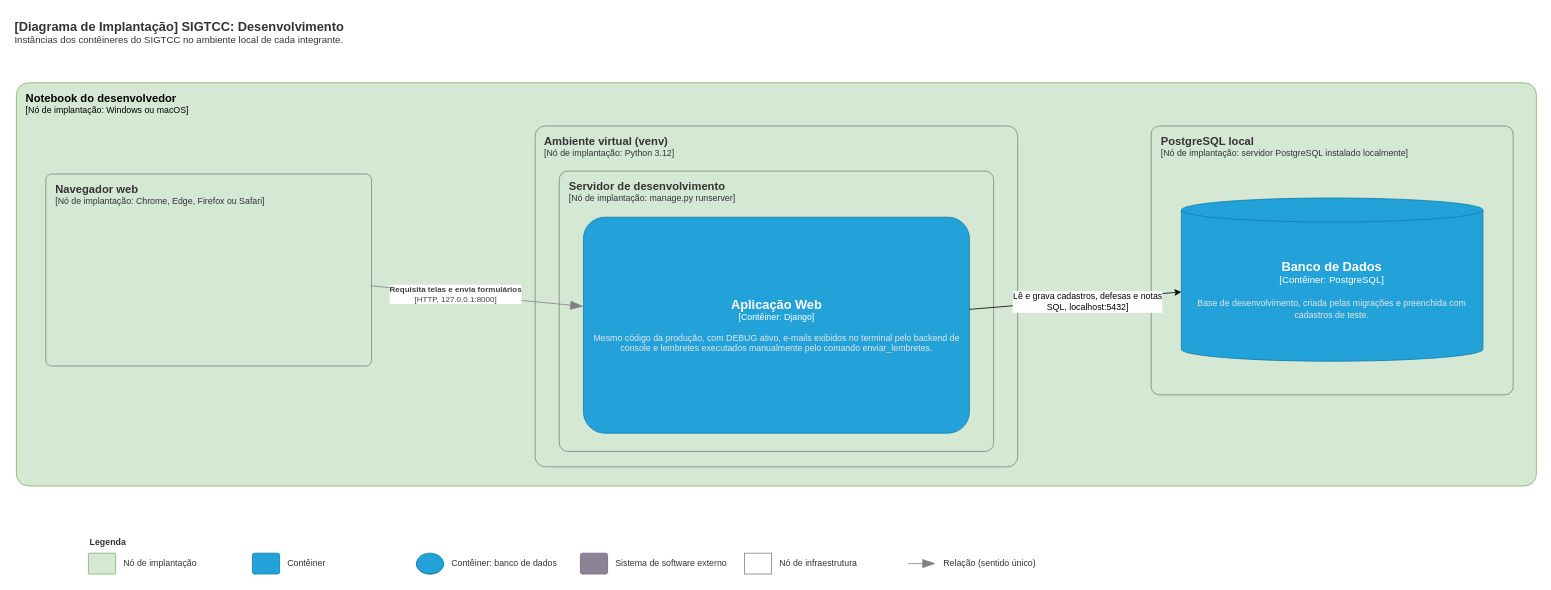
The draw.io diagram page "Desenvolvimento" (2 of 2) of docs/arquitetura/Implantacao_SIGTCC.drawio in celiobenj/SIGTCC, before the edit. Source tidied: cells renumbered, new cells numbered last; positions are measured from the earlier drawing's top-left corner, leaving out a move shared by most shapes. Both pictures are drawn from the tidied source at 80%, with x=0, y=0 at pixel (13, 14).
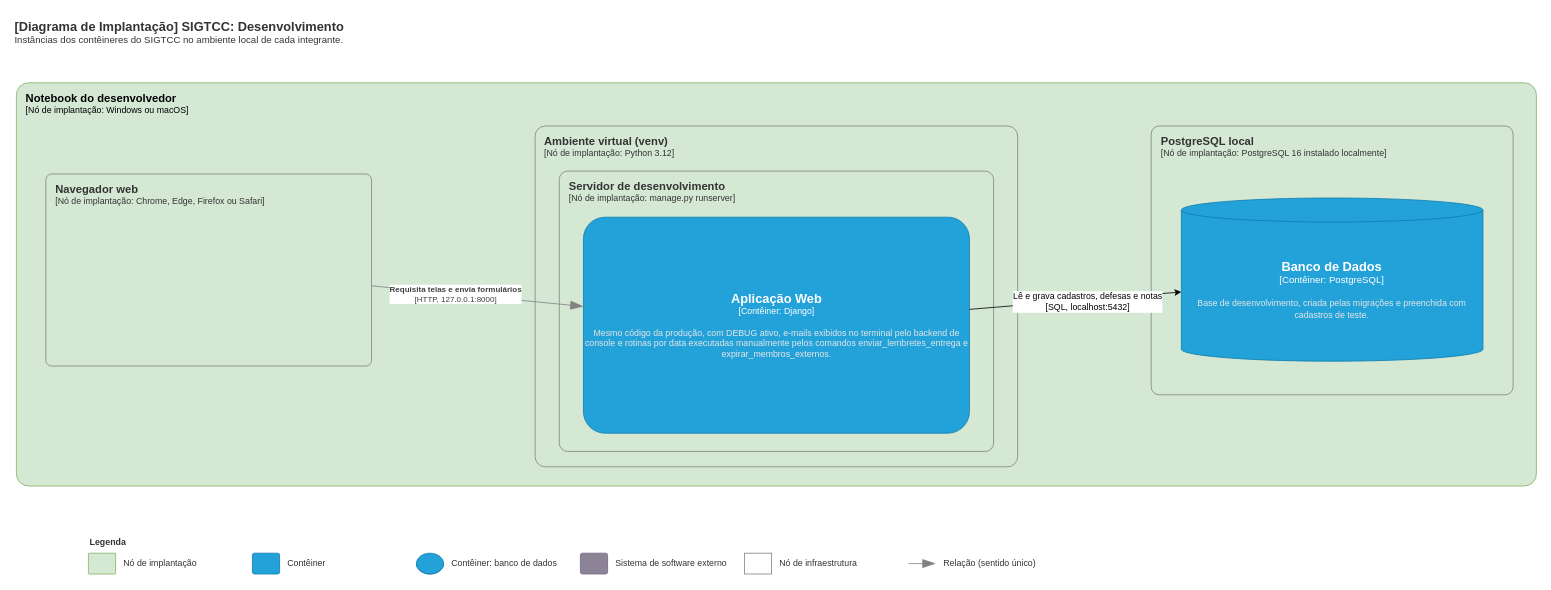
Above is the later version.

The change refers to these unchanged cells:
```xml
<mxCell id="3" value="&lt;font style=&quot;font-size:14px&quot;&gt;&lt;b&gt;Notebook do desenvolvedor&lt;/b&gt;&lt;/font&gt;&lt;div&gt;[Nó de implantação: Windows ou macOS]&lt;/div&gt;" style="rounded=1;arcSize=3;whiteSpace=wrap;html=1;fillColor=#d5e8d4;strokeColor=#82b366;strokeWidth=1;fontSize=11;align=left;verticalAlign=top;spacingLeft=10;spacingTop=4;labelBackgroundColor=none;" parent="1" vertex="1">
  <mxGeometry x="4" y="86" width="1900" height="504" as="geometry" />
</mxCell>
<mxCell id="6" value="&lt;font style=&quot;font-size:14px&quot;&gt;&lt;b&gt;Servidor de desenvolvimento&lt;/b&gt;&lt;/font&gt;&lt;div&gt;[Nó de implantação: manage.py runserver]&lt;/div&gt;" style="rounded=1;arcSize=3;whiteSpace=wrap;html=1;fillColor=none;strokeColor=#828282;strokeWidth=1;fontColor=#333333;fontSize=11;align=left;verticalAlign=top;spacingLeft=10;spacingTop=4;labelBackgroundColor=none;" parent="5" vertex="1">
  <mxGeometry x="30.2" y="56.4" width="542.9" height="350.4" as="geometry" />
</mxCell>
<mxCell id="11" style="rounded=0;jettySize=auto;html=1;" parent="3" edge="1" source="7" target="9">
  <mxGeometry relative="1" as="geometry" />
</mxCell>
```

Diff of the diagram source:
```diff
@@
-    <mxCell id="7" value="&lt;font style=&quot;font-size:16px&quot;&gt;&lt;b&gt;Aplicação Web&lt;/b&gt;&lt;/font&gt;&lt;div&gt;[Contêiner: Django]&lt;/div&gt;&lt;br&gt;&lt;div&gt;&lt;font style=&quot;font-size:11px&quot; color=&quot;#E6E6E6&quot;&gt;Mesmo código da produção, com DEBUG ativo, e-mails exibidos no terminal pelo backend de console e lembretes executados manualmente pelo comando enviar_lembretes.&lt;/font&gt;&lt;/div&gt;" style="rounded=1;whiteSpace=wrap;html=1;fontSize=11;labelBackgroundColor=none;fillColor=#23A2D9;fontColor=#ffffff;align=center;arcSize=10;strokeColor=#0E7DAD;" parent="6" vertex="1">
+    <mxCell id="7" value="&lt;font style=&quot;font-size:16px&quot;&gt;&lt;b&gt;Aplicação Web&lt;/b&gt;&lt;/font&gt;&lt;div&gt;[Contêiner: Django]&lt;/div&gt;&lt;br&gt;&lt;div&gt;&lt;font style=&quot;font-size:11px&quot; color=&quot;#E6E6E6&quot;&gt;Mesmo código da produção, com DEBUG ativo, e-mails exibidos no terminal pelo backend de console e rotinas por data executadas manualmente pelos comandos enviar_lembretes_entrega e expirar_membros_externos.&lt;/font&gt;&lt;/div&gt;" style="rounded=1;whiteSpace=wrap;html=1;fontSize=11;labelBackgroundColor=none;fillColor=#23A2D9;fontColor=#ffffff;align=center;arcSize=10;strokeColor=#0E7DAD;" parent="6" vertex="1">
       <mxGeometry x="30.2" y="57.6" width="482.5" height="270" as="geometry" />
     </mxCell>
-    <mxCell id="8" value="&lt;font style=&quot;font-size:14px&quot;&gt;&lt;b&gt;PostgreSQL local&lt;/b&gt;&lt;/font&gt;&lt;div&gt;[Nó de implantação: servidor PostgreSQL instalado localmente]&lt;/div&gt;" style="rounded=1;arcSize=3;whiteSpace=wrap;html=1;fillColor=none;strokeColor=#828282;strokeWidth=1;fontColor=#333333;fontSize=11;align=left;verticalAlign=top;spacingLeft=10;spacingTop=4;labelBackgroundColor=none;" parent="3" vertex="1">
+    <mxCell id="8" value="&lt;font style=&quot;font-size:14px&quot;&gt;&lt;b&gt;PostgreSQL local&lt;/b&gt;&lt;/font&gt;&lt;div&gt;[Nó de implantação: PostgreSQL 16 instalado localmente]&lt;/div&gt;" style="rounded=1;arcSize=3;whiteSpace=wrap;html=1;fillColor=none;strokeColor=#828282;strokeWidth=1;fontColor=#333333;fontSize=11;align=left;verticalAlign=top;spacingLeft=10;spacingTop=4;labelBackgroundColor=none;" parent="3" vertex="1">
       <mxGeometry x="1418.5" y="54" width="452.4" height="336" as="geometry" />
     </mxCell>
@@
-    <mxCell id="12" value="&lt;span&gt;Lê e grava cadastros, defesas e notas&lt;/span&gt;&lt;div&gt;&lt;span&gt;SQL, localhost:5432]&lt;/span&gt;&lt;/div&gt;" style="edgeLabel;html=1;align=center;verticalAlign=middle;" parent="11" vertex="1">
+    <mxCell id="12" value="&lt;span&gt;Lê e grava cadastros, defesas e notas&lt;/span&gt;&lt;div&gt;&lt;span&gt;[SQL, localhost:5432]&lt;/span&gt;&lt;/div&gt;" style="edgeLabel;html=1;align=center;verticalAlign=middle;" parent="11" vertex="1">
       <mxGeometry x="0.11" y="-2" relative="1" as="geometry" />
     </mxCell>
```
